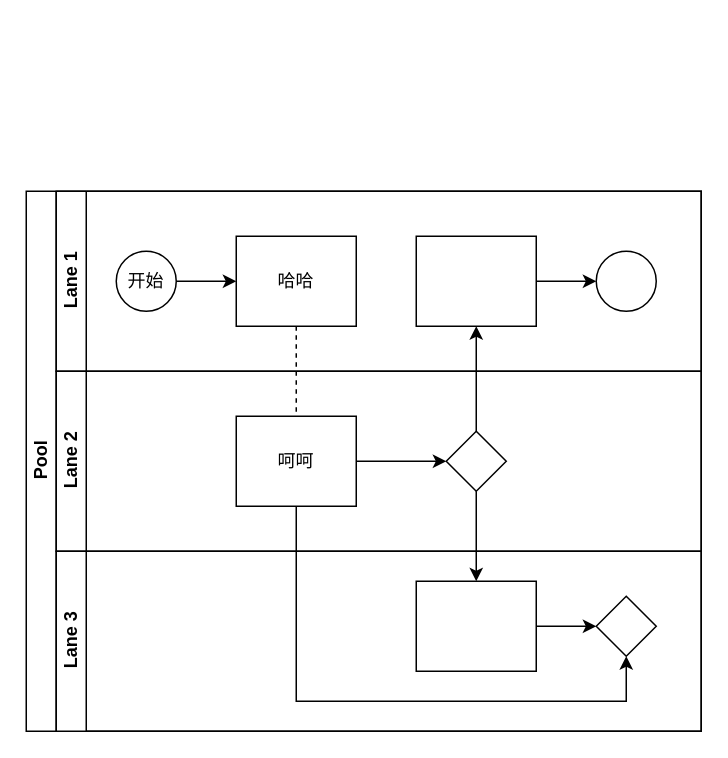
Earlier version of the draw.io diagram 测试/Test.drawio (tangjf420/draw). Source tidied: cells renumbered, new cells numbered last; positions are measured from the earlier drawing's top-left corner, leaving out a move shared by most shapes. Both pictures are drawn from the tidied source at 150%, with x=0, y=0 at pixel (26, 190).
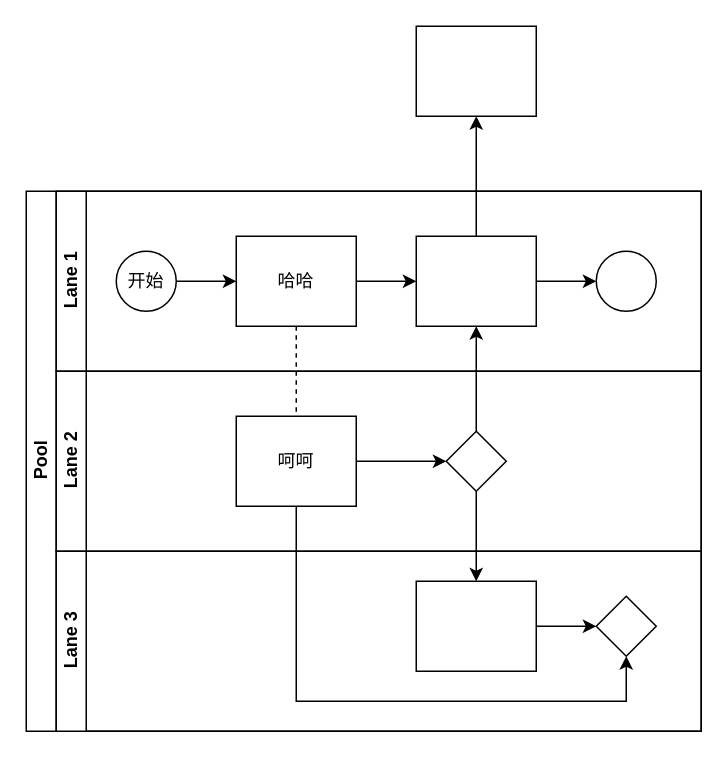
Above is the later version.

The change refers to these unchanged cells:
```xml
<mxCell id="7" value="Lane 1" style="swimlane;html=1;startSize=20;horizontal=0;" parent="2" vertex="1">
  <mxGeometry x="20" width="430" height="120" as="geometry" />
</mxCell>
<mxCell id="10" value="哈哈" style="rounded=0;whiteSpace=wrap;html=1;fontFamily=Helvetica;fontSize=12;fontColor=#000000;align=center;" parent="7" vertex="1">
  <mxGeometry x="120" y="30" width="80" height="60" as="geometry" />
</mxCell>
<mxCell id="12" style="rounded=0;whiteSpace=wrap;html=1;fontFamily=Helvetica;fontSize=12;fontColor=#000000;align=center;" parent="7" vertex="1">
  <mxGeometry x="240" y="30" width="80" height="60" as="geometry" />
</mxCell>
```

Change to the diagram source:
```diff
@@
+    <mxCell id="22" style="edgeStyle=orthogonalEdgeStyle;rounded=0;jettySize=auto;html=1;" parent="7" edge="1" source="10" target="12">
+      <mxGeometry relative="1" as="geometry" />
+    </mxCell>
@@
+    <mxCell id="23" style="rounded=0;whiteSpace=wrap;html=1;fontFamily=Helvetica;fontSize=12;fontColor=#000000;align=center;" parent="1" vertex="1">
+      <mxGeometry x="260" y="-110" width="80" height="60" as="geometry" />
+    </mxCell>
+    <mxCell id="24" style="edgeStyle=orthogonalEdgeStyle;rounded=0;jettySize=auto;html=1;" parent="1" edge="1" source="12" target="23">
+      <mxGeometry relative="1" as="geometry" />
+    </mxCell>
```
